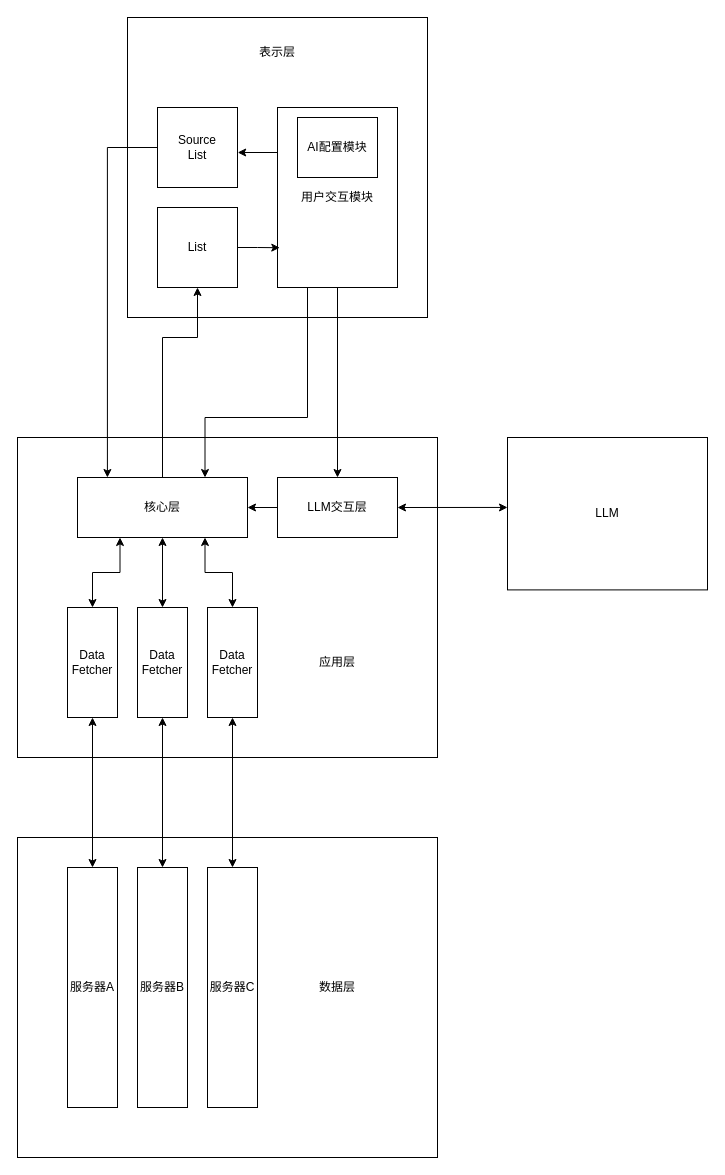
Above: 总体设计.drawio in RimLutienpeist/Draw_io_Repo (draw.io), before the change. Source tidied: cells renumbered, new cells numbered last; positions are measured from the earlier drawing's top-left corner, leaving out a move shared by most shapes. Both pictures are drawn from the tidied source at 100%, with x=0, y=0 at pixel (17, 17).
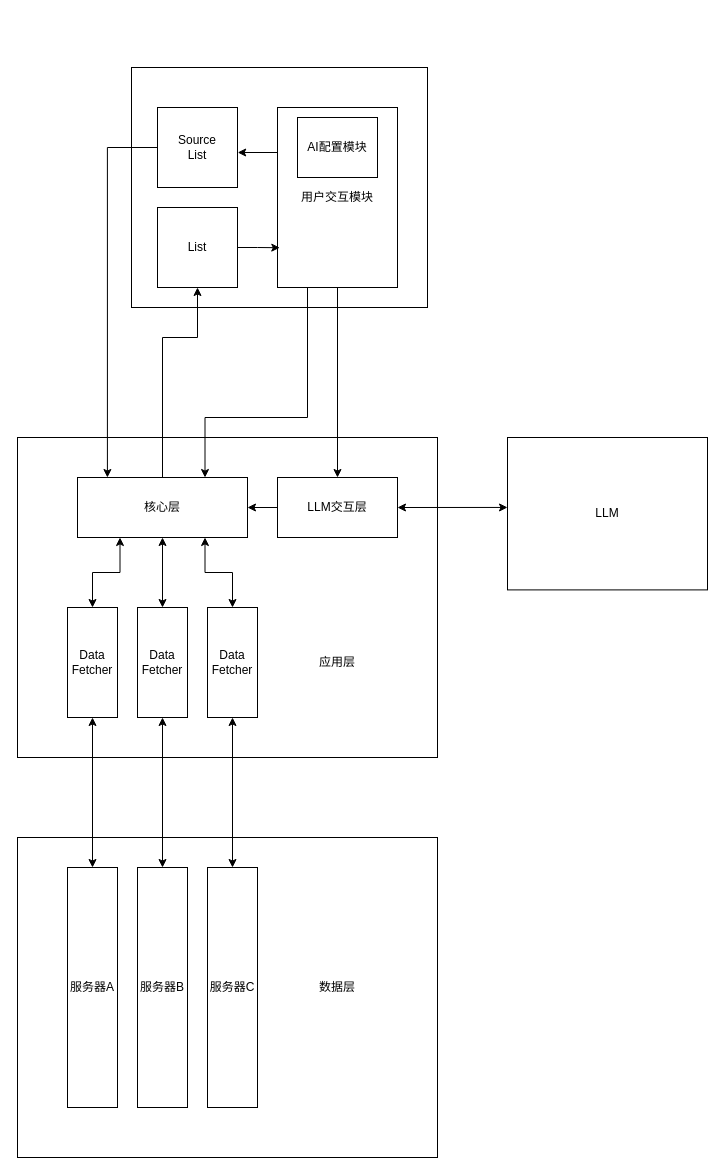
The same page after the edit.

Commit message (it also covers changes not shown here):
更新总体设计.drawio

Diff of the diagram source:
```diff
@@
+    <mxCell id="35" style="rounded=0;whiteSpace=wrap;html=1;" parent="1" vertex="1">
+      <mxGeometry x="114" y="50" width="296" height="240" as="geometry" />
+    </mxCell>
@@
-    <mxCell id="4" style="whiteSpace=wrap;html=1;" parent="1" vertex="1">
-      <mxGeometry x="110" width="300" height="300" as="geometry" />
-    </mxCell>
@@
-    <mxCell id="11" value="表示层" style="text;html=1;align=center;verticalAlign=middle;whiteSpace=wrap;rounded=0;" parent="1" vertex="1">
-      <mxGeometry x="230" y="20" width="60" height="30" as="geometry" />
-    </mxCell>
```
